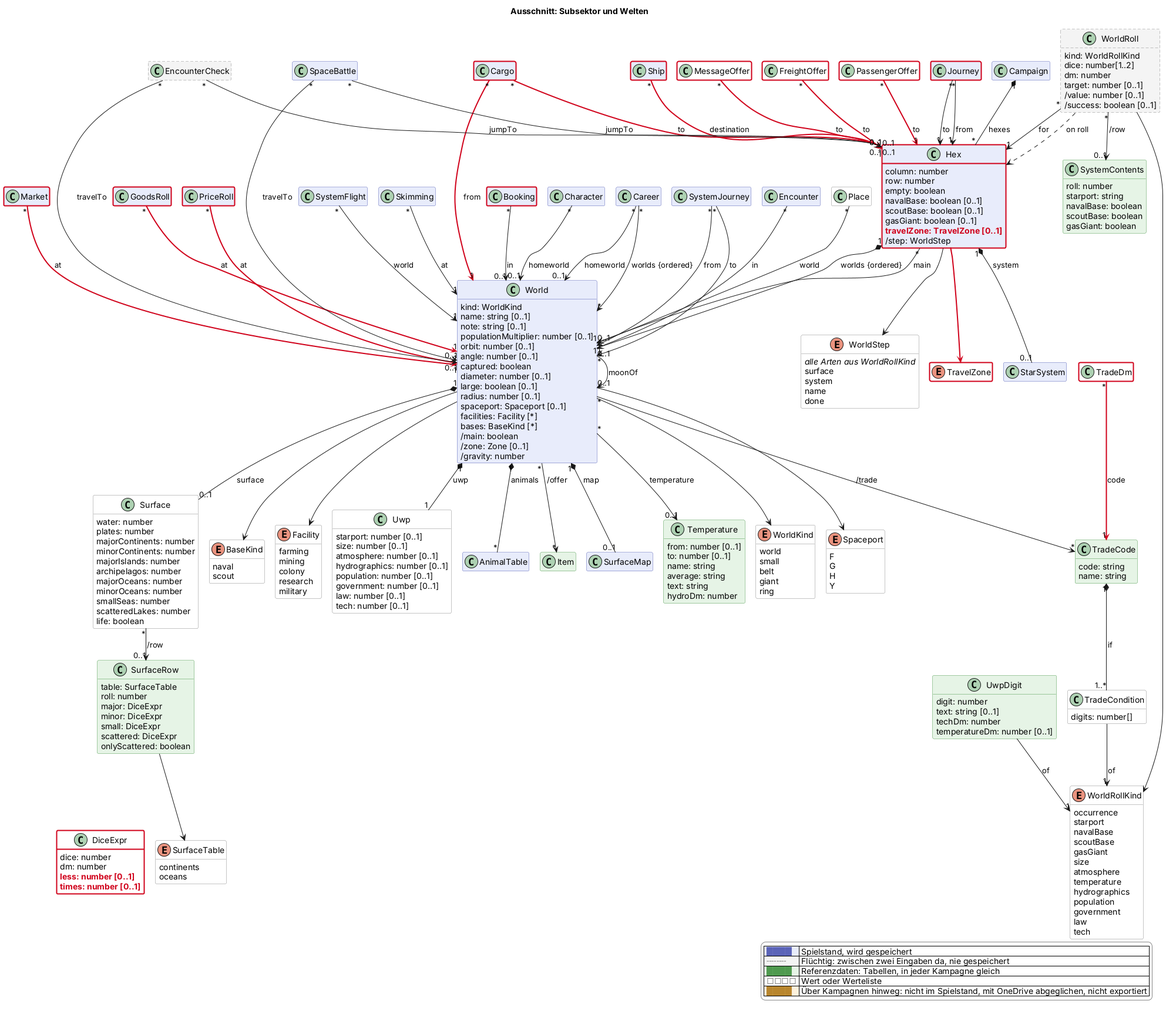
Above: docs/views/sektor.png in scuzzar/SRE (PlantUML), before the change.
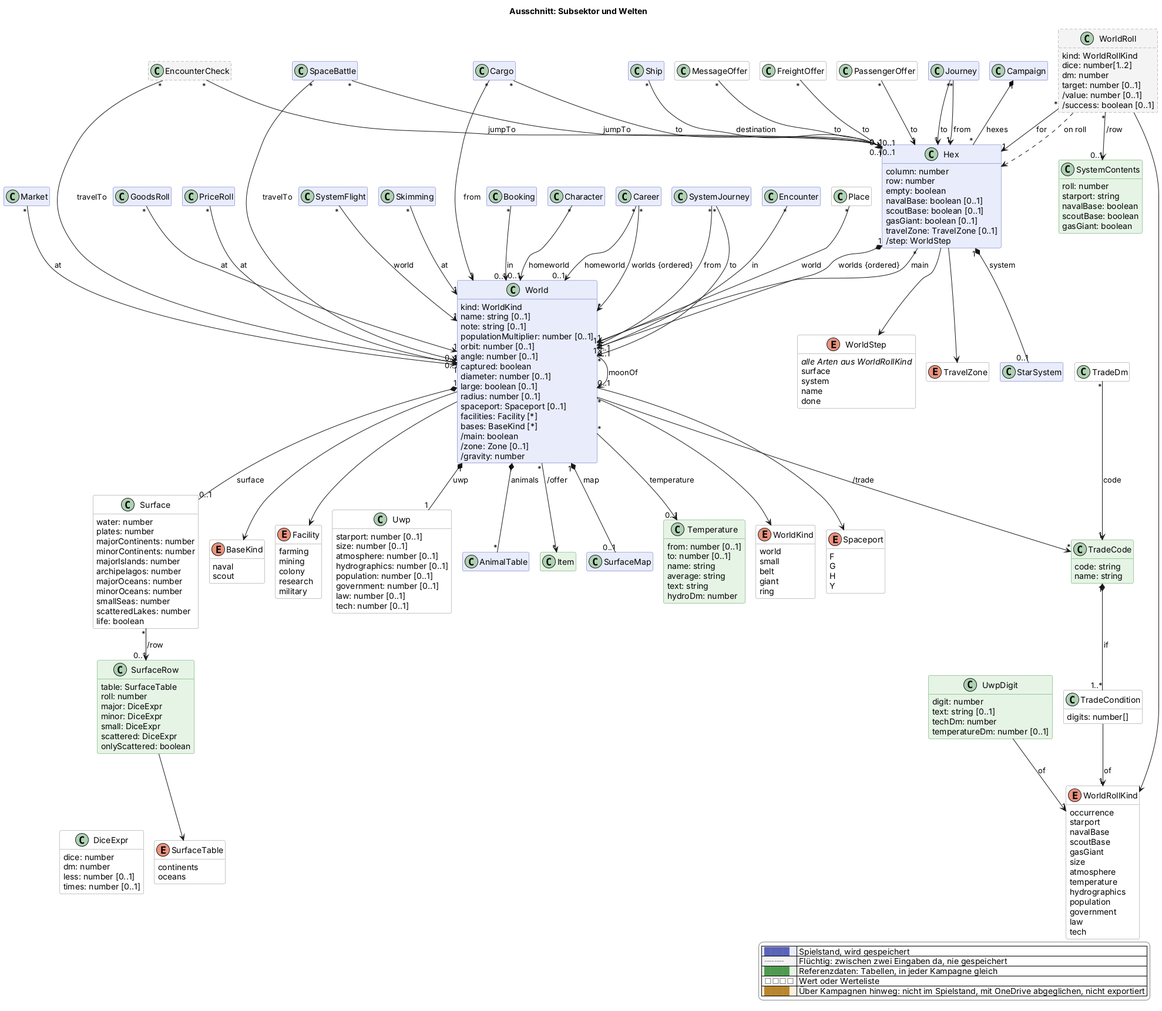
Above is the later version.

Diff of the diagram source:
```diff
@@ -75,15 +75,15 @@
 
   class Ship $schiffe
 
-  class Market $handel $newClass("2026-11-27")
-  class GoodsRoll $handel $newClass("2026-11-27")
-  class PriceRoll $handel $newClass("2026-11-27")
-  class Cargo $handel $newClass("2026-11-27")
-  class MessageOffer <<value>> $handel $newClass("2026-11-27")
-  class FreightOffer <<value>> $handel $newClass("2026-11-27")
-  class PassengerOffer <<value>> $handel $newClass("2026-11-27")
-  enum TravelZone <<value>> $handel $newClass("2026-11-27")
-  class TradeDm <<value>> $handel $newClass("2026-11-27")
+  class Market $handel
+  class GoodsRoll $handel
+  class PriceRoll $handel
+  class Cargo $handel
+  class MessageOffer <<value>> $handel
+  class FreightOffer <<value>> $handel
+  class PassengerOffer <<value>> $handel
+  enum TravelZone <<value>> $handel
+  class TradeDm <<value>> $handel
 
   class SystemFlight $raum
   class StarSystem $raum
@@ -100,7 +100,7 @@
     navalBase: boolean [0..1]
     scoutBase: boolean [0..1]
     gasGiant: boolean [0..1]
-    $new("2026-11-27", "travelZone: TravelZone [0..1]")
+    travelZone: TravelZone [0..1]
     /step: WorldStep
   }
   class World $sektor {
@@ -217,8 +217,8 @@
   class DiceExpr <<value>> $sektor {
     dice: number
     dm: number
-    $new("2026-11-27", "less: number [0..1]")
-    $new("2026-11-27", "times: number [0..1]")
+    less: number [0..1]
+    times: number [0..1]
   }
   class Temperature <<reference>> $sektor {
     from: number [0..1]
@@ -261,17 +261,17 @@
 Booking "*" --> "0..1" World : in
 
 
-Market "*" -$newArrow("2026-11-27")-> "1" World : at
-FreightOffer "*" -$newArrow("2026-11-27")-> "1" Hex : to
-PassengerOffer "*" -$newArrow("2026-11-27")-> "1" Hex : to
-MessageOffer "*" -$newArrow("2026-11-27")-> "0..1" Hex : to
-GoodsRoll "*" -$newArrow("2026-11-27")-> "1" World : at
-PriceRoll "*" -$newArrow("2026-11-27")-> "1" World : at
-Ship "*" -$newArrow("2026-11-27")-> "0..1" Hex : destination
-Cargo "*" -$newArrow("2026-11-27")-> "1" World : from
-Cargo "*" -$newArrow("2026-11-27")-> "0..1" Hex : to
-Hex -$newArrow("2026-11-27")-> TravelZone
-TradeDm "*" -$newArrow("2026-11-27")-> "1" TradeCode : code
+Market "*" --> "1" World : at
+FreightOffer "*" --> "1" Hex : to
+PassengerOffer "*" --> "1" Hex : to
+MessageOffer "*" --> "0..1" Hex : to
+GoodsRoll "*" --> "1" World : at
+PriceRoll "*" --> "1" World : at
+Ship "*" --> "0..1" Hex : destination
+Cargo "*" --> "1" World : from
+Cargo "*" --> "0..1" Hex : to
+Hex --> TravelZone
+TradeDm "*" --> "1" TradeCode : code
 
 SystemFlight "*" --> "1" World : world
 SpaceBattle "*" --> "0..1" Hex : jumpTo
@@ -335,9 +335,4 @@
   |<#ffffff> <color:#8a8a8a>□□□□</color> | Wert oder Werteliste |
   |<#fdf1dc> <color:#b8862e>████</color> | Über Kampagnen hinweg: nicht im Spielstand, mit OneDrive abgeglichen, nicht exportiert |
 endlegend
-class Booking #line:d0021b;line.bold
-class Ship #line:d0021b;line.bold
-class Hex #line:d0021b;line.bold
-class Journey #line:d0021b;line.bold
-class DiceExpr #line:d0021b;line.bold
 @enduml
```
